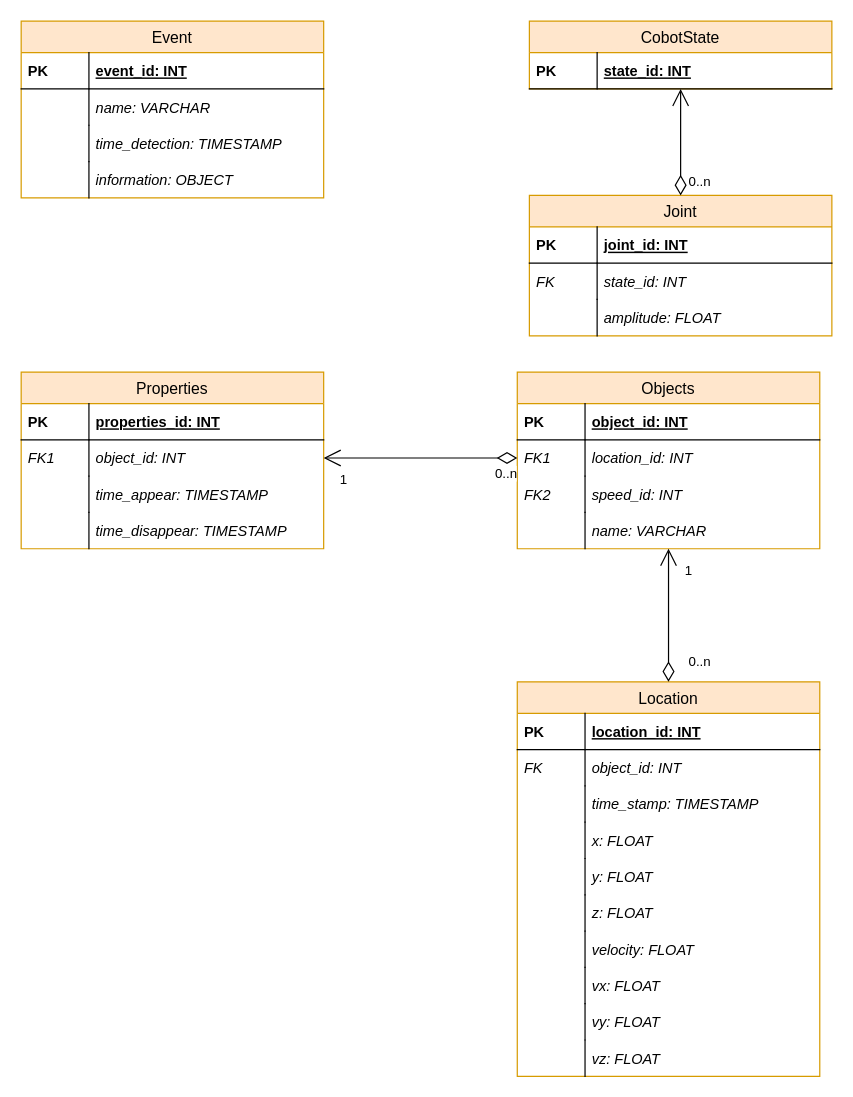
LTDat-HustK65/main-system keeps this draw.io diagram as page "Trang-10" (9 of 10) of user_diagram.drawio. Above is the earlier version. Source tidied: cells renumbered, new cells numbered last; positions are measured from the earlier drawing's top-left corner, leaving out a move shared by most shapes. Both pictures are drawn from the tidied source at 121%, with x=0, y=0 at pixel (21, 21).
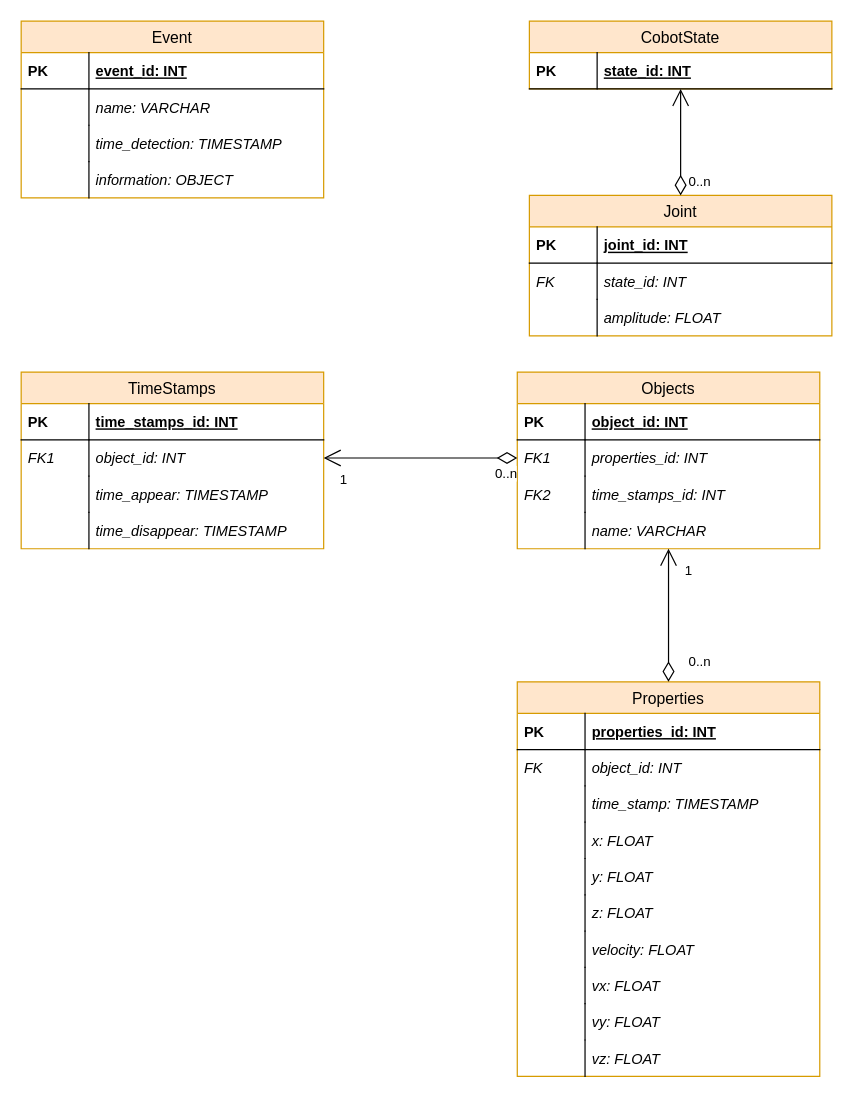
Above is the later version.

The change refers to these unchanged cells:
```xml
<mxCell id="11" value="Objects" style="swimlane;fontStyle=0;horizontal=1;startSize=26;fillColor=#ffe6cc;swimlaneFillColor=#ffffff;align=center;strokeWidth=1;fontSize=13;strokeColor=#d79b00;" parent="1" vertex="1">
  <mxGeometry x="410" y="290" width="250" height="146" as="geometry" />
</mxCell>
```

Diff of the diagram source:
```diff
@@
-    <mxCell id="2" value="Properties" style="swimlane;fontStyle=0;horizontal=1;startSize=26;fillColor=#ffe6cc;swimlaneFillColor=#ffffff;align=center;strokeWidth=1;fontSize=13;strokeColor=#d79b00;" parent="1" vertex="1">
+    <mxCell id="2" value="TimeStamps" style="swimlane;fontStyle=0;horizontal=1;startSize=26;fillColor=#ffe6cc;swimlaneFillColor=#ffffff;align=center;strokeWidth=1;fontSize=13;strokeColor=#d79b00;" parent="1" vertex="1">
       <mxGeometry y="290" width="250" height="146" as="geometry" />
     </mxCell>
-    <mxCell id="3" value="properties_id: INT" style="shape=partialRectangle;top=0;left=0;right=0;bottom=1;align=left;verticalAlign=middle;fillColor=none;spacingLeft=60;spacingRight=4;overflow=hidden;fontStyle=5;fontSize=12;strokeColor=#000000;perimeterSpacing=0;" parent="2" vertex="1">
+    <mxCell id="3" value="time_stamps_id: INT" style="shape=partialRectangle;top=0;left=0;right=0;bottom=1;align=left;verticalAlign=middle;fillColor=none;spacingLeft=60;spacingRight=4;overflow=hidden;fontStyle=5;fontSize=12;strokeColor=#000000;perimeterSpacing=0;" parent="2" vertex="1">
       <mxGeometry y="26" width="250" height="30" as="geometry" />
     </mxCell>
@@
-    <mxCell id="14" value="location_id: INT" style="shape=partialRectangle;top=0;left=0;right=0;bottom=0;align=left;verticalAlign=middle;fillColor=none;spacingLeft=60;spacingRight=4;overflow=hidden;points=[[0,0.5],[1,0.5]];portConstraint=eastwest;fontStyle=2;fontSize=12;strokeColor=none;" parent="11" vertex="1">
+    <mxCell id="14" value="properties_id: INT" style="shape=partialRectangle;top=0;left=0;right=0;bottom=0;align=left;verticalAlign=middle;fillColor=none;spacingLeft=60;spacingRight=4;overflow=hidden;points=[[0,0.5],[1,0.5]];portConstraint=eastwest;fontStyle=2;fontSize=12;strokeColor=none;" parent="11" vertex="1">
       <mxGeometry y="56" width="250" height="30" as="geometry" />
     </mxCell>
@@
-    <mxCell id="16" value="speed_id: INT" style="shape=partialRectangle;top=0;left=0;right=0;bottom=0;align=left;verticalAlign=middle;fillColor=none;spacingLeft=60;spacingRight=4;overflow=hidden;fontStyle=2;fontSize=12;strokeColor=none;" parent="11" vertex="1">
+    <mxCell id="16" value="time_stamps_id: INT" style="shape=partialRectangle;top=0;left=0;right=0;bottom=0;align=left;verticalAlign=middle;fillColor=none;spacingLeft=60;spacingRight=4;overflow=hidden;fontStyle=2;fontSize=12;strokeColor=none;" parent="11" vertex="1">
       <mxGeometry y="86" width="250" height="30" as="geometry" />
     </mxCell>
@@
-    <mxCell id="20" value="Location" style="swimlane;fontStyle=0;horizontal=1;startSize=26;fillColor=#ffe6cc;swimlaneFillColor=#ffffff;align=center;strokeWidth=1;fontSize=13;strokeColor=#d79b00;" parent="1" vertex="1">
+    <mxCell id="20" value="Properties" style="swimlane;fontStyle=0;horizontal=1;startSize=26;fillColor=#ffe6cc;swimlaneFillColor=#ffffff;align=center;strokeWidth=1;fontSize=13;strokeColor=#d79b00;" parent="1" vertex="1">
       <mxGeometry x="410" y="546" width="250" height="326" as="geometry" />
     </mxCell>
-    <mxCell id="21" value="location_id: INT" style="shape=partialRectangle;top=0;left=0;right=0;bottom=1;align=left;verticalAlign=middle;fillColor=none;spacingLeft=60;spacingRight=4;overflow=hidden;fontStyle=5;fontSize=12;strokeColor=#000000;perimeterSpacing=0;" parent="20" vertex="1">
+    <mxCell id="21" value="properties_id: INT" style="shape=partialRectangle;top=0;left=0;right=0;bottom=1;align=left;verticalAlign=middle;fillColor=none;spacingLeft=60;spacingRight=4;overflow=hidden;fontStyle=5;fontSize=12;strokeColor=#000000;perimeterSpacing=0;" parent="20" vertex="1">
       <mxGeometry y="26" width="250" height="30" as="geometry" />
     </mxCell>
```
